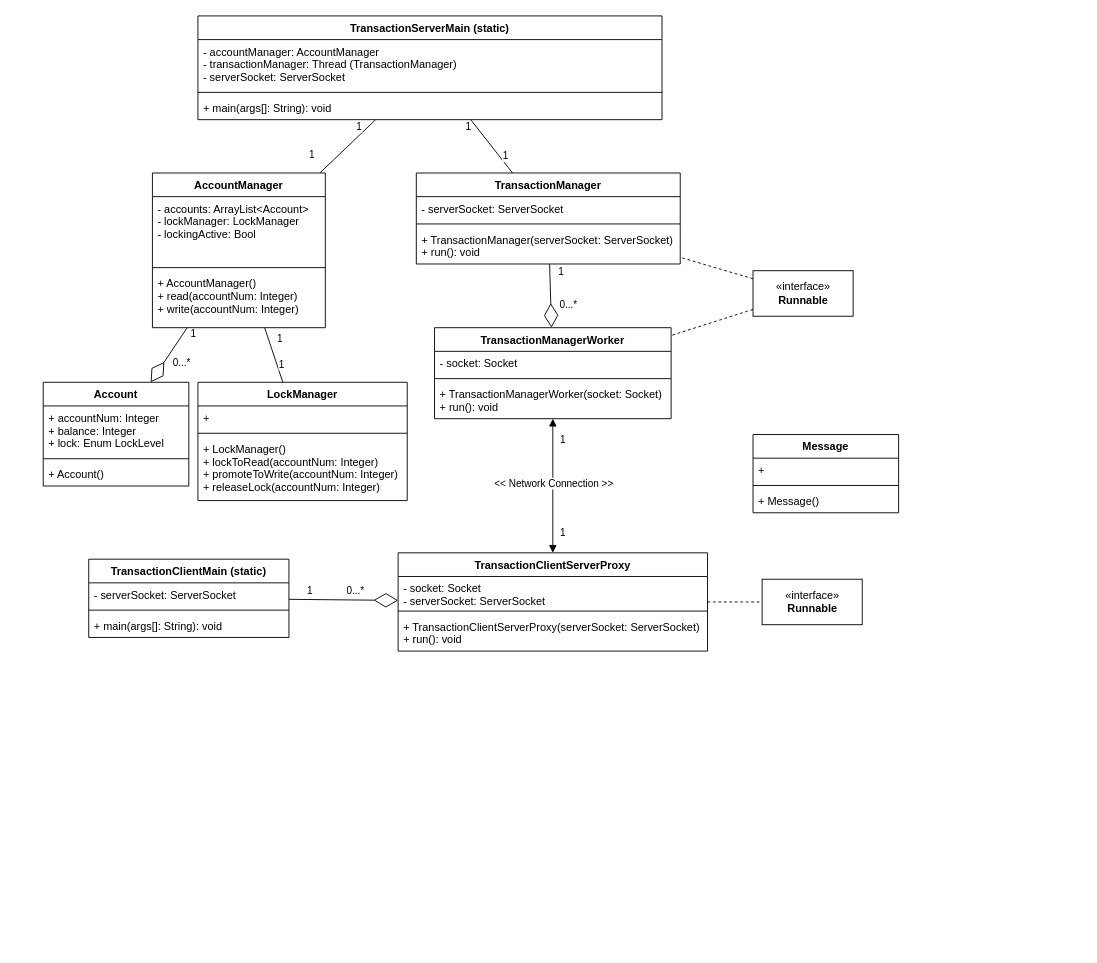
kgimlay/CS465_Team_3 keeps this draw.io diagram as Project 2/Diagrams/Class Diagram.drawio. Above is the earlier version. Source tidied: cells renumbered, new cells numbered last; positions are measured from the earlier drawing's top-left corner, leaving out a move shared by most shapes. Both pictures are drawn from the tidied source at 91%, with x=0, y=0 at pixel (43, 15).
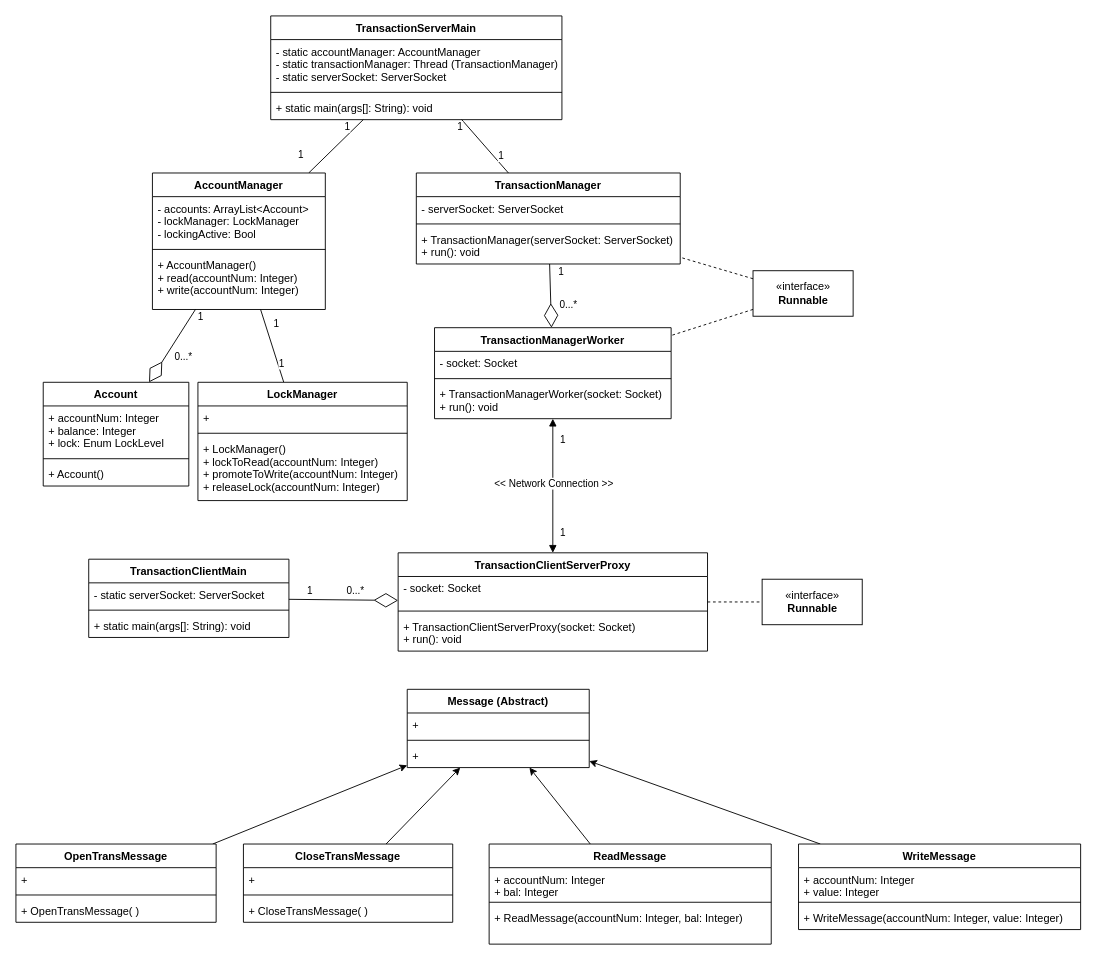
Above is the later version.

Unchanged cells that the change refers to:
```xml
<mxCell id="57" value="TransactionClientServerProxy" style="swimlane;fontStyle=1;align=center;verticalAlign=top;horizontal=1;startSize=26;" parent="1" vertex="1">
  <mxGeometry x="390" y="590" width="340" height="108" as="geometry" />
</mxCell>
```

What changed in the source:
```diff
@@
-    <mxCell id="29" value="TransactionServerMain (static)" style="swimlane;fontStyle=1;align=center;verticalAlign=top;horizontal=1;startSize=26;" parent="1" vertex="1">
-      <mxGeometry x="170" width="510" height="114" as="geometry" />
-    </mxCell>
-    <mxCell id="30" value="- accountManager: AccountManager&#10;- transactionManager: Thread (TransactionManager)&#10;- serverSocket: ServerSocket" style="text;strokeColor=none;fillColor=none;align=left;verticalAlign=top;spacingLeft=4;spacingRight=4;overflow=hidden;" parent="29" vertex="1">
-      <mxGeometry y="26" width="510" height="54" as="geometry" />
-    </mxCell>
-    <mxCell id="31" style="line;strokeWidth=1;fillColor=none;align=left;verticalAlign=middle;spacingTop=-1;spacingLeft=3;spacingRight=3;labelPosition=right;" parent="29" vertex="1">
-      <mxGeometry y="80" width="510" height="8" as="geometry" />
-    </mxCell>
-    <mxCell id="32" value="+ main(args[]: String): void" style="text;strokeColor=none;fillColor=none;align=left;verticalAlign=top;spacingLeft=4;spacingRight=4;overflow=hidden;" parent="29" vertex="1">
-      <mxGeometry y="88" width="510" height="26" as="geometry" />
-    </mxCell>
@@
     <mxCell id="41" value="AccountManager" style="swimlane;fontStyle=1;align=center;verticalAlign=top;horizontal=1;startSize=26;" parent="1" vertex="1">
-      <mxGeometry x="120" y="172.6" width="190" height="170" as="geometry" />
+      <mxGeometry x="120" y="172.6" width="190" height="150" as="geometry" />
     </mxCell>
     <mxCell id="42" value="- accounts: ArrayList&lt;Account&gt;&#10;- lockManager: LockManager&#10;- lockingActive: Bool" style="text;strokeColor=none;fillColor=none;align=left;verticalAlign=top;spacingLeft=4;spacingRight=4;overflow=hidden;" parent="41" vertex="1">
-      <mxGeometry y="26" width="190" height="74" as="geometry" />
+      <mxGeometry y="26" width="190" height="54" as="geometry" />
     </mxCell>
     <mxCell id="43" style="line;strokeWidth=1;fillColor=none;align=left;verticalAlign=middle;spacingTop=-1;spacingLeft=3;spacingRight=3;labelPosition=right;" parent="41" vertex="1">
-      <mxGeometry y="100" width="190" height="8" as="geometry" />
+      <mxGeometry y="80" width="190" height="8" as="geometry" />
     </mxCell>
     <mxCell id="44" value="+ AccountManager()&#10;+ read(accountNum: Integer)&#10;+ write(accountNum: Integer)" style="text;strokeColor=none;fillColor=none;align=left;verticalAlign=top;spacingLeft=4;spacingRight=4;overflow=hidden;" parent="41" vertex="1">
-      <mxGeometry y="108" width="190" height="62" as="geometry" />
+      <mxGeometry y="88" width="190" height="62" as="geometry" />
     </mxCell>
@@
-    <mxCell id="53" value="TransactionClientMain (static)" style="swimlane;fontStyle=1;align=center;verticalAlign=top;horizontal=1;startSize=26;" parent="1" vertex="1">
+    <mxCell id="53" value="TransactionClientMain" style="swimlane;fontStyle=1;align=center;verticalAlign=top;horizontal=1;startSize=26;" parent="1" vertex="1">
       <mxGeometry x="50" y="597" width="220" height="86" as="geometry" />
     </mxCell>
-    <mxCell id="54" value="- serverSocket: ServerSocket" style="text;strokeColor=none;fillColor=none;align=left;verticalAlign=top;spacingLeft=4;spacingRight=4;overflow=hidden;" parent="53" vertex="1">
+    <mxCell id="54" value="- static serverSocket: ServerSocket" style="text;strokeColor=none;fillColor=none;align=left;verticalAlign=top;spacingLeft=4;spacingRight=4;overflow=hidden;" parent="53" vertex="1">
       <mxGeometry y="26" width="220" height="26" as="geometry" />
     </mxCell>
@@
-    <mxCell id="56" value="+ main(args[]: String): void" style="text;strokeColor=none;fillColor=none;align=left;verticalAlign=top;spacingLeft=4;spacingRight=4;overflow=hidden;" parent="53" vertex="1">
+    <mxCell id="56" value="+ static main(args[]: String): void" style="text;strokeColor=none;fillColor=none;align=left;verticalAlign=top;spacingLeft=4;spacingRight=4;overflow=hidden;" parent="53" vertex="1">
       <mxGeometry y="60" width="220" height="26" as="geometry" />
     </mxCell>
@@
-    <mxCell id="58" value="- socket: Socket&#10;- serverSocket: ServerSocket" style="text;strokeColor=none;fillColor=none;align=left;verticalAlign=top;spacingLeft=4;spacingRight=4;overflow=hidden;" parent="57" vertex="1">
+    <mxCell id="58" value="- socket: Socket" style="text;strokeColor=none;fillColor=none;align=left;verticalAlign=top;spacingLeft=4;spacingRight=4;overflow=hidden;" parent="57" vertex="1">
       <mxGeometry y="26" width="340" height="34" as="geometry" />
     </mxCell>
@@
-    <mxCell id="60" value="+ TransactionClientServerProxy(serverSocket: ServerSocket)&#10;+ run(): void" style="text;strokeColor=none;fillColor=none;align=left;verticalAlign=top;spacingLeft=4;spacingRight=4;overflow=hidden;" parent="57" vertex="1">
+    <mxCell id="60" value="+ TransactionClientServerProxy(socket: Socket)&#10;+ run(): void" style="text;strokeColor=none;fillColor=none;align=left;verticalAlign=top;spacingLeft=4;spacingRight=4;overflow=hidden;" parent="57" vertex="1">
       <mxGeometry y="68" width="340" height="40" as="geometry" />
     </mxCell>
+    <mxCell id="29" value="TransactionServerMain" style="swimlane;fontStyle=1;align=center;verticalAlign=top;horizontal=1;startSize=26;" parent="1" vertex="1">
+      <mxGeometry x="250" width="320" height="114" as="geometry" />
+    </mxCell>
+    <mxCell id="30" value="- static accountManager: AccountManager&#10;- static transactionManager: Thread (TransactionManager)&#10;- static serverSocket: ServerSocket" style="text;strokeColor=none;fillColor=none;align=left;verticalAlign=top;spacingLeft=4;spacingRight=4;overflow=hidden;" parent="29" vertex="1">
+      <mxGeometry y="26" width="320" height="54" as="geometry" />
+    </mxCell>
+    <mxCell id="31" style="line;strokeWidth=1;fillColor=none;align=left;verticalAlign=middle;spacingTop=-1;spacingLeft=3;spacingRight=3;labelPosition=right;" parent="29" vertex="1">
+      <mxGeometry y="80" width="320" height="8" as="geometry" />
+    </mxCell>
+    <mxCell id="32" value="+ static main(args[]: String): void" style="text;strokeColor=none;fillColor=none;align=left;verticalAlign=top;spacingLeft=4;spacingRight=4;overflow=hidden;" parent="29" vertex="1">
+      <mxGeometry y="88" width="320" height="26" as="geometry" />
+    </mxCell>
+    <mxCell id="65" style="rounded=0;jettySize=auto;html=1;" parent="1" edge="1" source="77" target="61">
+      <mxGeometry relative="1" as="geometry" />
+    </mxCell>
+    <mxCell id="66" style="edgeStyle=none;rounded=0;jettySize=auto;html=1;" parent="1" edge="1" source="69" target="61">
+      <mxGeometry relative="1" as="geometry" />
+    </mxCell>
+    <mxCell id="67" style="edgeStyle=none;rounded=0;jettySize=auto;html=1;" parent="1" edge="1" source="73" target="61">
+      <mxGeometry relative="1" as="geometry" />
+    </mxCell>
+    <mxCell id="68" style="edgeStyle=none;rounded=0;jettySize=auto;html=1;" parent="1" edge="1" source="81" target="61">
+      <mxGeometry relative="1" as="geometry" />
+    </mxCell>
+    <mxCell id="69" value="CloseTransMessage" style="swimlane;fontStyle=1;align=center;verticalAlign=top;horizontal=1;startSize=26;" parent="1" vertex="1">
+      <mxGeometry x="220" y="910" width="230" height="86" as="geometry" />
+    </mxCell>
+    <mxCell id="70" value="+ " style="text;strokeColor=none;fillColor=none;align=left;verticalAlign=top;spacingLeft=4;spacingRight=4;overflow=hidden;" parent="69" vertex="1">
+      <mxGeometry y="26" width="230" height="26" as="geometry" />
+    </mxCell>
+    <mxCell id="71" style="line;strokeWidth=1;fillColor=none;align=left;verticalAlign=middle;spacingTop=-1;spacingLeft=3;spacingRight=3;labelPosition=right;" parent="69" vertex="1">
+      <mxGeometry y="52" width="230" height="8" as="geometry" />
+    </mxCell>
+    <mxCell id="72" value="+ CloseTransMessage( )" style="text;strokeColor=none;fillColor=none;align=left;verticalAlign=top;spacingLeft=4;spacingRight=4;overflow=hidden;" parent="69" vertex="1">
+      <mxGeometry y="60" width="230" height="26" as="geometry" />
+    </mxCell>
+    <mxCell id="73" value="ReadMessage" style="swimlane;fontStyle=1;align=center;verticalAlign=top;horizontal=1;startSize=26;" parent="1" vertex="1">
+      <mxGeometry x="490" y="910" width="310" height="110" as="geometry" />
+    </mxCell>
+    <mxCell id="74" value="+ accountNum: Integer&#10;+ bal: Integer" style="text;strokeColor=none;fillColor=none;align=left;verticalAlign=top;spacingLeft=4;spacingRight=4;overflow=hidden;" parent="73" vertex="1">
+      <mxGeometry y="26" width="310" height="34" as="geometry" />
+    </mxCell>
+    <mxCell id="75" style="line;strokeWidth=1;fillColor=none;align=left;verticalAlign=middle;spacingTop=-1;spacingLeft=3;spacingRight=3;labelPosition=right;" parent="73" vertex="1">
+      <mxGeometry y="60" width="310" height="8" as="geometry" />
+    </mxCell>
+    <mxCell id="76" value="+ ReadMessage(accountNum: Integer, bal: Integer)" style="text;strokeColor=none;fillColor=none;align=left;verticalAlign=top;spacingLeft=4;spacingRight=4;overflow=hidden;" parent="73" vertex="1">
+      <mxGeometry y="68" width="310" height="42" as="geometry" />
+    </mxCell>
+    <mxCell id="77" value="OpenTransMessage" style="swimlane;fontStyle=1;align=center;verticalAlign=top;horizontal=1;startSize=26;" parent="1" vertex="1">
+      <mxGeometry x="-30" y="910" width="220" height="86" as="geometry" />
+    </mxCell>
+    <mxCell id="78" value="+ " style="text;strokeColor=none;fillColor=none;align=left;verticalAlign=top;spacingLeft=4;spacingRight=4;overflow=hidden;" parent="77" vertex="1">
+      <mxGeometry y="26" width="220" height="26" as="geometry" />
+    </mxCell>
+    <mxCell id="79" style="line;strokeWidth=1;fillColor=none;align=left;verticalAlign=middle;spacingTop=-1;spacingLeft=3;spacingRight=3;labelPosition=right;" parent="77" vertex="1">
+      <mxGeometry y="52" width="220" height="8" as="geometry" />
+    </mxCell>
+    <mxCell id="80" value="+ OpenTransMessage( )" style="text;strokeColor=none;fillColor=none;align=left;verticalAlign=top;spacingLeft=4;spacingRight=4;overflow=hidden;" parent="77" vertex="1">
+      <mxGeometry y="60" width="220" height="26" as="geometry" />
+    </mxCell>
+    <mxCell id="81" value="WriteMessage" style="swimlane;fontStyle=1;align=center;verticalAlign=top;horizontal=1;startSize=26;" parent="1" vertex="1">
+      <mxGeometry x="830" y="910" width="310" height="94" as="geometry" />
+    </mxCell>
+    <mxCell id="82" value="+ accountNum: Integer&#10;+ value: Integer" style="text;strokeColor=none;fillColor=none;align=left;verticalAlign=top;spacingLeft=4;spacingRight=4;overflow=hidden;" parent="81" vertex="1">
+      <mxGeometry y="26" width="310" height="34" as="geometry" />
+    </mxCell>
+    <mxCell id="83" style="line;strokeWidth=1;fillColor=none;align=left;verticalAlign=middle;spacingTop=-1;spacingLeft=3;spacingRight=3;labelPosition=right;" parent="81" vertex="1">
+      <mxGeometry y="60" width="310" height="8" as="geometry" />
+    </mxCell>
+    <mxCell id="84" value="+ WriteMessage(accountNum: Integer, value: Integer)" style="text;strokeColor=none;fillColor=none;align=left;verticalAlign=top;spacingLeft=4;spacingRight=4;overflow=hidden;" parent="81" vertex="1">
+      <mxGeometry y="68" width="310" height="26" as="geometry" />
+    </mxCell>
-    <mxCell id="61" value="Message" style="swimlane;fontStyle=1;align=center;verticalAlign=top;horizontal=1;startSize=26;" parent="1" vertex="1">
-      <mxGeometry x="780" y="460" width="160" height="86" as="geometry" />
+    <mxCell id="61" value="Message (Abstract)" style="swimlane;fontStyle=1;align=center;verticalAlign=top;horizontal=1;startSize=26;" parent="1" vertex="1">
+      <mxGeometry x="400" y="740" width="200" height="86" as="geometry" />
     </mxCell>
     <mxCell id="62" value="+ " style="text;strokeColor=none;fillColor=none;align=left;verticalAlign=top;spacingLeft=4;spacingRight=4;overflow=hidden;" parent="61" vertex="1">
-      <mxGeometry y="26" width="160" height="26" as="geometry" />
+      <mxGeometry y="26" width="200" height="26" as="geometry" />
     </mxCell>
     <mxCell id="63" style="line;strokeWidth=1;fillColor=none;align=left;verticalAlign=middle;spacingTop=-1;spacingLeft=3;spacingRight=3;labelPosition=right;" parent="61" vertex="1">
-      <mxGeometry y="52" width="160" height="8" as="geometry" />
+      <mxGeometry y="52" width="200" height="8" as="geometry" />
     </mxCell>
-    <mxCell id="64" value="+ Message()" style="text;strokeColor=none;fillColor=none;align=left;verticalAlign=top;spacingLeft=4;spacingRight=4;overflow=hidden;" parent="61" vertex="1">
-      <mxGeometry y="60" width="160" height="26" as="geometry" />
+    <mxCell id="64" value="+ " style="text;strokeColor=none;fillColor=none;align=left;verticalAlign=top;spacingLeft=4;spacingRight=4;overflow=hidden;" parent="61" vertex="1">
+      <mxGeometry y="60" width="200" height="26" as="geometry" />
     </mxCell>
```
